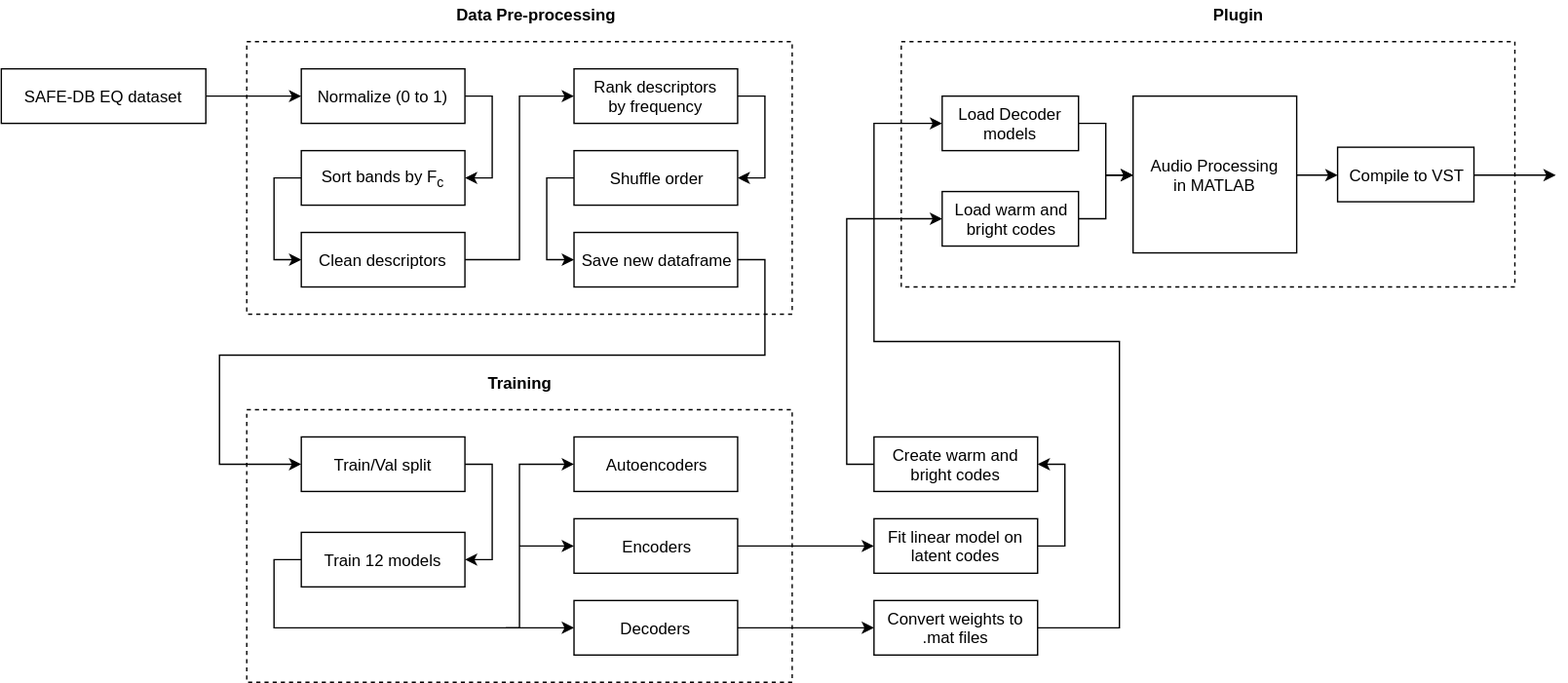
csteinmetz1/flowEQ keeps this draw.io diagram as docs/img/blockdiagram.svg. Above is the earlier version. Source tidied: cells renumbered, new cells last; positions are measured from the earlier drawing's top-left corner, leaving out a move shared by most shapes.
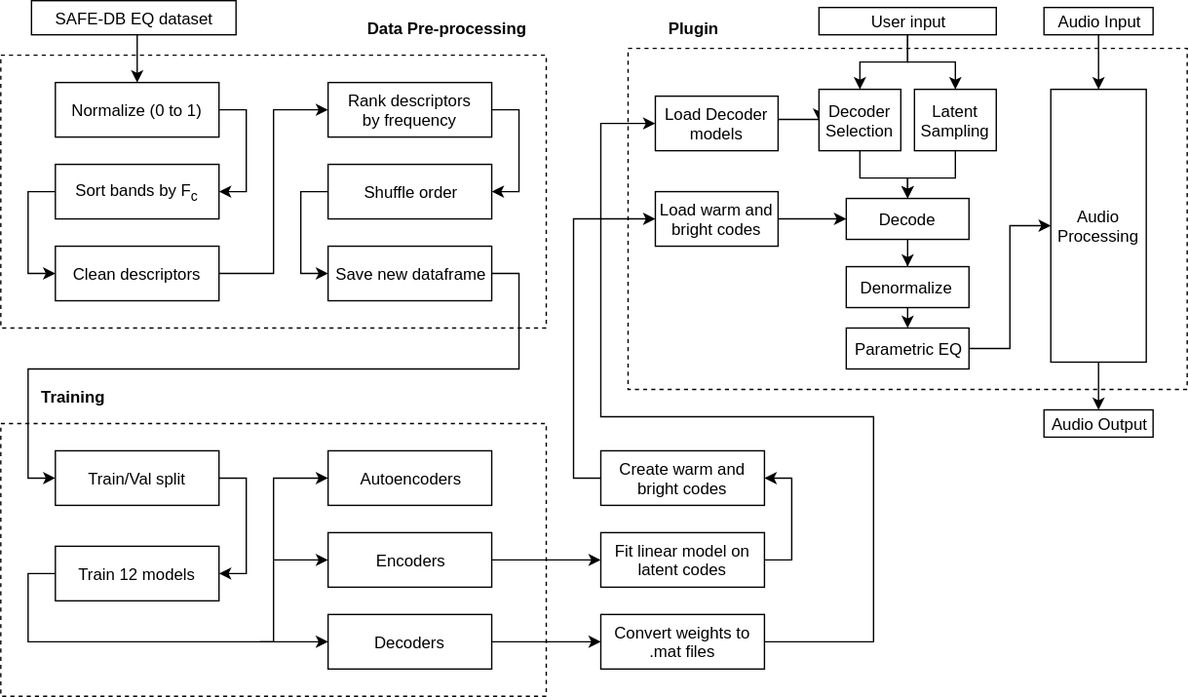
Later version of the same file.

The edit, as a diff of the source:
```diff
@@ -6,10 +6,15 @@
       <mxGeometry x="180" y="30" width="400" height="200" as="geometry" />
     </mxCell>
     <mxCell id="3" style="edgeStyle=orthogonalEdgeStyle;rounded=0;jettySize=auto;html=1;" parent="1" edge="1" source="4" target="6">
-      <mxGeometry relative="1" as="geometry" />
+      <mxGeometry relative="1" as="geometry">
+        <Array as="points">
+          <mxPoint x="280" y="35" />
+          <mxPoint x="280" y="35" />
+        </Array>
+      </mxGeometry>
     </mxCell>
     <mxCell id="4" value="SAFE-DB EQ dataset" style="rounded=0;whiteSpace=wrap;html=1;" parent="1" vertex="1">
-      <mxGeometry y="50" width="150" height="40" as="geometry" />
+      <mxGeometry x="202.5" y="-10" width="150" height="25" as="geometry" />
     </mxCell>
     <mxCell id="5" style="edgeStyle=orthogonalEdgeStyle;rounded=0;jettySize=auto;html=1;exitX=1;exitY=0.5;exitDx=0;exitDy=0;entryX=1;entryY=0.5;entryDx=0;entryDy=0;" parent="1" edge="1" source="6" target="8">
       <mxGeometry relative="1" as="geometry">
@@ -40,7 +45,7 @@
       <mxGeometry x="220" y="170" width="120" height="40" as="geometry" />
     </mxCell>
     <mxCell id="11" value="&lt;b&gt;Data Pre-processing&lt;/b&gt;" style="text;html=1;strokeColor=none;fillColor=none;align=center;verticalAlign=middle;whiteSpace=wrap;rounded=0;" parent="1" vertex="1">
-      <mxGeometry x="320" width="145" height="20" as="geometry" />
+      <mxGeometry x="435" width="145" height="20" as="geometry" />
     </mxCell>
     <mxCell id="12" style="edgeStyle=orthogonalEdgeStyle;rounded=0;jettySize=auto;html=1;exitX=1;exitY=0.5;exitDx=0;exitDy=0;entryX=1;entryY=0.5;entryDx=0;entryDy=0;" parent="1" edge="1" source="13" target="15">
       <mxGeometry relative="1" as="geometry" />
@@ -59,8 +64,8 @@
         <Array as="points">
           <mxPoint x="560" y="190" />
           <mxPoint x="560" y="260" />
-          <mxPoint x="160" y="260" />
-          <mxPoint x="160" y="340" />
+          <mxPoint x="200" y="260" />
+          <mxPoint x="200" y="340" />
         </Array>
       </mxGeometry>
     </mxCell>
@@ -70,14 +75,14 @@
     <mxCell id="18" style="rounded=0;whiteSpace=wrap;html=1;fillColor=none;dashed=1;" parent="1" vertex="1">
       <mxGeometry x="180" y="300" width="400" height="200" as="geometry" />
     </mxCell>
-    <mxCell id="19" value="&lt;b&gt;Training&lt;/b&gt;" style="text;html=1;strokeColor=none;fillColor=none;align=center;verticalAlign=middle;whiteSpace=wrap;rounded=0;" parent="1" vertex="1">
-      <mxGeometry x="307.5" y="270" width="145" height="20" as="geometry" />
+    <mxCell id="19" value="&lt;b&gt;Training&lt;/b&gt;" style="text;html=1;strokeColor=none;fillColor=none;align=left;verticalAlign=middle;whiteSpace=wrap;rounded=0;" parent="1" vertex="1">
+      <mxGeometry x="207.5" y="270" width="145" height="20" as="geometry" />
     </mxCell>
     <mxCell id="20" style="rounded=0;whiteSpace=wrap;html=1;fillColor=none;dashed=1;" parent="1" vertex="1">
-      <mxGeometry x="660" y="30" width="450" height="180" as="geometry" />
+      <mxGeometry x="640" y="25" width="410" height="250" as="geometry" />
     </mxCell>
-    <mxCell id="21" value="&lt;b&gt;Plugin&lt;/b&gt;" style="text;html=1;strokeColor=none;fillColor=none;align=center;verticalAlign=middle;whiteSpace=wrap;rounded=0;" parent="1" vertex="1">
-      <mxGeometry x="835" width="145" height="20" as="geometry" />
+    <mxCell id="21" value="&lt;b&gt;Plugin&lt;/b&gt;" style="text;html=1;strokeColor=none;fillColor=none;align=left;verticalAlign=middle;whiteSpace=wrap;rounded=0;" parent="1" vertex="1">
+      <mxGeometry x="667.5" width="145" height="20" as="geometry" />
     </mxCell>
     <mxCell id="22" style="edgeStyle=orthogonalEdgeStyle;rounded=0;jettySize=auto;html=1;exitX=1;exitY=0.5;exitDx=0;exitDy=0;entryX=1;entryY=0.5;entryDx=0;entryDy=0;" parent="1" edge="1" source="23" target="25">
       <mxGeometry relative="1" as="geometry" />
@@ -127,62 +132,121 @@
       <mxGeometry relative="1" as="geometry" />
     </mxCell>
     <mxCell id="34" value="Fit linear model on latent codes" style="rounded=0;whiteSpace=wrap;html=1;fillColor=#ffffff;" parent="1" vertex="1">
-      <mxGeometry x="640" y="380" width="120" height="40" as="geometry" />
+      <mxGeometry x="620" y="380" width="120" height="40" as="geometry" />
     </mxCell>
     <mxCell id="35" style="edgeStyle=orthogonalEdgeStyle;rounded=0;jettySize=auto;html=1;exitX=0;exitY=0.5;exitDx=0;exitDy=0;entryX=0;entryY=0.5;entryDx=0;entryDy=0;" parent="1" edge="1" source="36" target="42">
-      <mxGeometry relative="1" as="geometry" />
+      <mxGeometry relative="1" as="geometry">
+        <Array as="points">
+          <mxPoint x="600" y="340" />
+          <mxPoint x="600" y="150" />
+        </Array>
+      </mxGeometry>
     </mxCell>
     <mxCell id="36" value="Create warm and bright codes" style="rounded=0;whiteSpace=wrap;html=1;fillColor=#ffffff;" parent="1" vertex="1">
-      <mxGeometry x="640" y="320" width="120" height="40" as="geometry" />
+      <mxGeometry x="620" y="320" width="120" height="40" as="geometry" />
     </mxCell>
     <mxCell id="37" style="edgeStyle=orthogonalEdgeStyle;rounded=0;jettySize=auto;html=1;exitX=1;exitY=0.5;exitDx=0;exitDy=0;entryX=0;entryY=0.5;entryDx=0;entryDy=0;" parent="1" edge="1" source="38" target="40">
       <mxGeometry relative="1" as="geometry">
         <Array as="points">
           <mxPoint x="820" y="460" />
-          <mxPoint x="820" y="250" />
-          <mxPoint x="640" y="250" />
-          <mxPoint x="640" y="90" />
+          <mxPoint x="820" y="295" />
+          <mxPoint x="620" y="295" />
+          <mxPoint x="620" y="80" />
         </Array>
       </mxGeometry>
     </mxCell>
     <mxCell id="38" value="Convert weights to .mat files" style="rounded=0;whiteSpace=wrap;html=1;fillColor=#ffffff;" parent="1" vertex="1">
-      <mxGeometry x="640" y="440" width="120" height="40" as="geometry" />
+      <mxGeometry x="620" y="440" width="120" height="40" as="geometry" />
     </mxCell>
-    <mxCell id="39" style="edgeStyle=orthogonalEdgeStyle;rounded=0;jettySize=auto;html=1;exitX=1;exitY=0.5;exitDx=0;exitDy=0;entryX=0;entryY=0.5;entryDx=0;entryDy=0;" parent="1" edge="1" source="40" target="44">
-      <mxGeometry relative="1" as="geometry">
-        <Array as="points">
-          <mxPoint x="810" y="90" />
-          <mxPoint x="810" y="128" />
-        </Array>
-      </mxGeometry>
-    </mxCell>
+    <mxCell id="47" style="edgeStyle=orthogonalEdgeStyle;rounded=0;jettySize=auto;html=1;exitX=1;exitY=0.5;exitDx=0;exitDy=0;entryX=0;entryY=0.5;entryDx=0;entryDy=0;" parent="1" edge="1" source="40" target="52">
+      <mxGeometry relative="1" as="geometry">
+        <Array as="points">
+          <mxPoint x="750" y="77" />
+        </Array>
+      </mxGeometry>
+    </mxCell>
     <mxCell id="40" value="Load Decoder models" style="rounded=0;whiteSpace=wrap;html=1;fillColor=#ffffff;" parent="1" vertex="1">
-      <mxGeometry x="690" y="70" width="100" height="40" as="geometry" />
+      <mxGeometry x="660" y="60" width="90" height="40" as="geometry" />
     </mxCell>
-    <mxCell id="41" style="edgeStyle=orthogonalEdgeStyle;rounded=0;jettySize=auto;html=1;exitX=1;exitY=0.5;exitDx=0;exitDy=0;" parent="1" edge="1" source="42" target="44">
-      <mxGeometry relative="1" as="geometry">
-        <Array as="points">
-          <mxPoint x="810" y="160" />
-          <mxPoint x="810" y="128" />
-        </Array>
-      </mxGeometry>
-    </mxCell>
+    <mxCell id="48" style="edgeStyle=orthogonalEdgeStyle;rounded=0;jettySize=auto;html=1;exitX=1;exitY=0.5;exitDx=0;exitDy=0;entryX=0;entryY=0.5;entryDx=0;entryDy=0;" parent="1" edge="1" source="42" target="60">
+      <mxGeometry relative="1" as="geometry">
+        <Array as="points">
+          <mxPoint x="770" y="150" />
+          <mxPoint x="770" y="150" />
+        </Array>
+      </mxGeometry>
+    </mxCell>
     <mxCell id="42" value="Load warm and &lt;br&gt;bright codes" style="rounded=0;whiteSpace=wrap;html=1;fillColor=#ffffff;" parent="1" vertex="1">
-      <mxGeometry x="690" y="140" width="100" height="40" as="geometry" />
+      <mxGeometry x="660" y="130" width="90" height="40" as="geometry" />
     </mxCell>
-    <mxCell id="43" style="edgeStyle=orthogonalEdgeStyle;rounded=0;jettySize=auto;html=1;exitX=1;exitY=0.5;exitDx=0;exitDy=0;" parent="1" edge="1" source="44" target="46">
-      <mxGeometry relative="1" as="geometry" />
-    </mxCell>
+    <mxCell id="49" style="edgeStyle=orthogonalEdgeStyle;rounded=0;jettySize=auto;html=1;exitX=0.5;exitY=1;exitDx=0;exitDy=0;" parent="1" edge="1" source="44" target="65">
+      <mxGeometry relative="1" as="geometry" />
+    </mxCell>
-    <mxCell id="44" value="Audio Processing&lt;br&gt;in MATLAB" style="rounded=0;whiteSpace=wrap;html=1;fillColor=#ffffff;" parent="1" vertex="1">
-      <mxGeometry x="830" y="70" width="120" height="115" as="geometry" />
+    <mxCell id="44" value="Audio Processing&lt;br&gt;" style="rounded=0;whiteSpace=wrap;html=1;fillColor=#ffffff;" parent="1" vertex="1">
+      <mxGeometry x="950" y="55" width="70" height="200" as="geometry" />
     </mxCell>
-    <mxCell id="45" style="edgeStyle=orthogonalEdgeStyle;rounded=0;jettySize=auto;html=1;exitX=1;exitY=0.5;exitDx=0;exitDy=0;" parent="1" edge="1" source="46">
-      <mxGeometry relative="1" as="geometry">
-        <mxPoint x="1140" y="128" as="targetPoint" />
-      </mxGeometry>
-    </mxCell>
-    <mxCell id="46" value="Compile to VST" style="rounded=0;whiteSpace=wrap;html=1;fillColor=#ffffff;" parent="1" vertex="1">
-      <mxGeometry x="980" y="107.5" width="100" height="40" as="geometry" />
-    </mxCell>
+    <mxCell id="50" style="edgeStyle=orthogonalEdgeStyle;rounded=0;jettySize=auto;html=1;exitX=0.5;exitY=1;exitDx=0;exitDy=0;entryX=0.5;entryY=0;entryDx=0;entryDy=0;" parent="1" edge="1" source="54" target="52">
+      <mxGeometry relative="1" as="geometry">
+        <Array as="points">
+          <mxPoint x="845" y="35" />
+          <mxPoint x="810" y="35" />
+        </Array>
+      </mxGeometry>
+    </mxCell>
+    <mxCell id="51" style="edgeStyle=orthogonalEdgeStyle;rounded=0;jettySize=auto;html=1;exitX=0.5;exitY=1;exitDx=0;exitDy=0;" parent="1" edge="1" source="52" target="60">
+      <mxGeometry relative="1" as="geometry" />
+    </mxCell>
+    <mxCell id="52" value="Decoder Selection" style="rounded=0;whiteSpace=wrap;html=1;fillColor=#ffffff;" parent="1" vertex="1">
+      <mxGeometry x="780" y="55" width="60" height="45" as="geometry" />
+    </mxCell>
+    <mxCell id="53" style="edgeStyle=orthogonalEdgeStyle;rounded=0;jettySize=auto;html=1;exitX=0.5;exitY=1;exitDx=0;exitDy=0;entryX=0.5;entryY=0;entryDx=0;entryDy=0;" parent="1" edge="1" source="54" target="58">
+      <mxGeometry relative="1" as="geometry">
+        <Array as="points">
+          <mxPoint x="845" y="35" />
+          <mxPoint x="880" y="35" />
+        </Array>
+      </mxGeometry>
+    </mxCell>
+    <mxCell id="54" value="User input" style="rounded=0;whiteSpace=wrap;html=1;fillColor=#ffffff;" parent="1" vertex="1">
+      <mxGeometry x="780" y="-5" width="130" height="20" as="geometry" />
+    </mxCell>
+    <mxCell id="55" style="edgeStyle=orthogonalEdgeStyle;rounded=0;jettySize=auto;html=1;exitX=0.5;exitY=1;exitDx=0;exitDy=0;entryX=0.5;entryY=0;entryDx=0;entryDy=0;" parent="1" edge="1" source="56" target="62">
+      <mxGeometry relative="1" as="geometry" />
+    </mxCell>
+    <mxCell id="56" value="Denormalize&amp;nbsp;" style="rounded=0;whiteSpace=wrap;html=1;fillColor=#ffffff;" parent="1" vertex="1">
+      <mxGeometry x="800" y="185" width="90" height="30" as="geometry" />
+    </mxCell>
+    <mxCell id="57" style="edgeStyle=orthogonalEdgeStyle;rounded=0;jettySize=auto;html=1;exitX=0.5;exitY=1;exitDx=0;exitDy=0;" parent="1" edge="1" source="58" target="60">
+      <mxGeometry relative="1" as="geometry" />
+    </mxCell>
+    <mxCell id="58" value="Latent Sampling" style="rounded=0;whiteSpace=wrap;html=1;fillColor=#ffffff;" parent="1" vertex="1">
+      <mxGeometry x="850" y="55" width="60" height="45" as="geometry" />
+    </mxCell>
+    <mxCell id="59" style="edgeStyle=orthogonalEdgeStyle;rounded=0;jettySize=auto;html=1;exitX=0.5;exitY=1;exitDx=0;exitDy=0;" parent="1" edge="1" source="60" target="56">
+      <mxGeometry relative="1" as="geometry" />
+    </mxCell>
+    <mxCell id="60" value="Decode" style="rounded=0;whiteSpace=wrap;html=1;fillColor=#ffffff;" parent="1" vertex="1">
+      <mxGeometry x="800" y="135" width="90" height="30" as="geometry" />
+    </mxCell>
+    <mxCell id="61" style="edgeStyle=orthogonalEdgeStyle;rounded=0;jettySize=auto;html=1;exitX=1;exitY=0.5;exitDx=0;exitDy=0;entryX=0;entryY=0.5;entryDx=0;entryDy=0;" parent="1" edge="1" source="62" target="44">
+      <mxGeometry relative="1" as="geometry" />
+    </mxCell>
+    <mxCell id="62" value="Parametric EQ" style="rounded=0;whiteSpace=wrap;html=1;fillColor=#ffffff;" parent="1" vertex="1">
+      <mxGeometry x="800" y="230" width="90" height="30" as="geometry" />
+    </mxCell>
+    <mxCell id="63" style="edgeStyle=orthogonalEdgeStyle;rounded=0;jettySize=auto;html=1;" parent="1" edge="1" source="64" target="44">
+      <mxGeometry relative="1" as="geometry">
+        <Array as="points">
+          <mxPoint x="985" y="45" />
+          <mxPoint x="985" y="45" />
+        </Array>
+      </mxGeometry>
+    </mxCell>
+    <mxCell id="64" value="Audio Input" style="rounded=0;whiteSpace=wrap;html=1;fillColor=#ffffff;" parent="1" vertex="1">
+      <mxGeometry x="945" y="-5" width="80" height="20" as="geometry" />
+    </mxCell>
+    <mxCell id="65" value="Audio Output" style="rounded=0;whiteSpace=wrap;html=1;fillColor=#ffffff;" parent="1" vertex="1">
+      <mxGeometry x="945" y="290" width="80" height="20" as="geometry" />
+    </mxCell>
   </root>
 </mxGraphModel>
```
